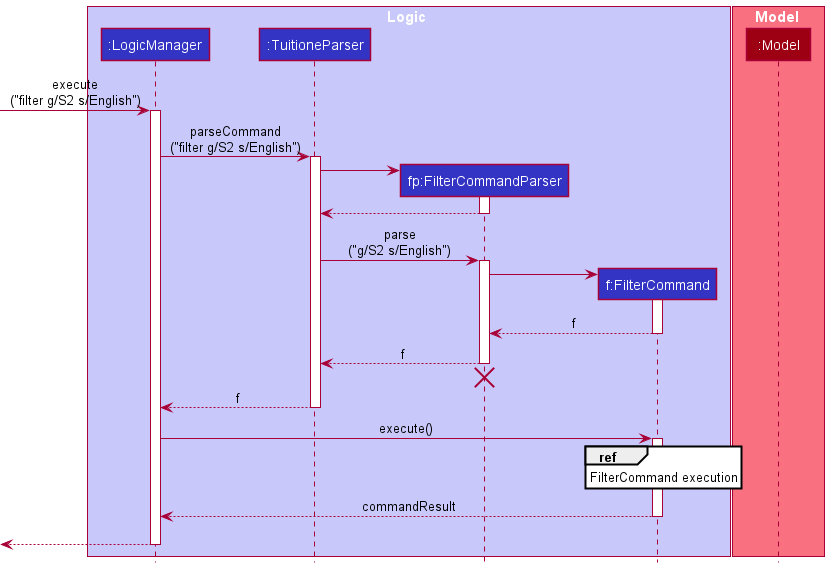
This is docs/images/DeveloperGuideImage/FilterSequenceDiagram0.png from nus-cs2103-AY2122S1/tp, a PlantUML export, as it was before one commit.
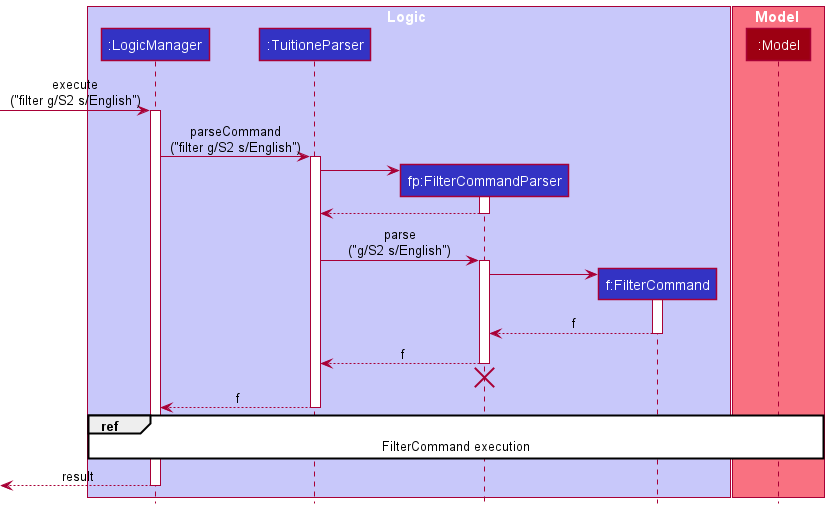
After the change.

Change to the diagram source:
```diff
@@ -44,15 +44,8 @@
 TuitioneParser --> LogicManager : f
 deactivate TuitioneParser
 
-LogicManager -> FilterCommand : execute()
-activate FilterCommand
+ref over LogicManager, Model : FilterCommand execution
 
-ref over FilterCommand : FilterCommand execution
-
-FilterCommand --> LogicManager : commandResult
-deactivate FilterCommand
-FilterCommand -[hidden]-> LogicManager
-
-[<--LogicManager
+[<--LogicManager : result
 deactivate LogicManager
 @enduml
```
